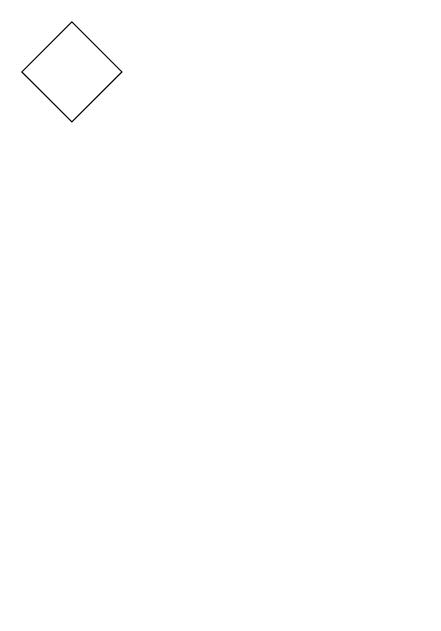
This is 测试.drawio from severus98/severus98, a draw.io file, before an edit. Source tidied: cells renumbered, new cells numbered last; positions are measured from the earlier drawing's top-left corner, leaving out a move shared by most shapes. Both pictures are drawn from the tidied source at 125%, with x=0, y=0 at pixel (21, 21).
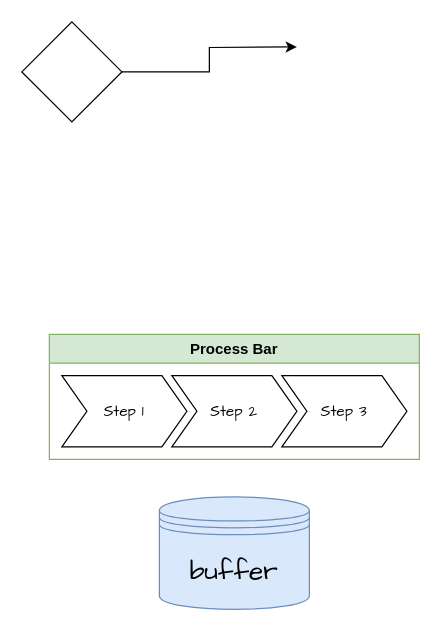
After the change.

What changed in the source:
```diff
@@
 <mxGraphModel>
   <root>
     <mxCell id="0" />
     <mxCell id="1" parent="0" />
+    <mxCell id="3" style="edgeStyle=orthogonalEdgeStyle;rounded=0;jettySize=auto;html=1;" parent="1" edge="1" source="2">
+      <mxGeometry relative="1" as="geometry">
+        <mxPoint x="220" y="20" as="targetPoint" />
+      </mxGeometry>
+    </mxCell>
     <mxCell id="2" style="rhombus;whiteSpace=wrap;html=1;" parent="1" vertex="1">
       <mxGeometry width="80" height="80" as="geometry" />
     </mxCell>
+    <mxCell id="4" value="&lt;font style=&quot;font-size: 21px;&quot; face=&quot;Comic Sans MS&quot;&gt;buffer&lt;/font&gt;" style="shape=datastore;whiteSpace=wrap;html=1;fillColor=#dae8fc;strokeColor=#6c8ebf;" parent="1" vertex="1">
+      <mxGeometry x="110" y="380" width="120" height="90" as="geometry" />
+    </mxCell>
+    <mxCell id="5" value="Process Bar" style="swimlane;horizontal=1;fillColor=#d5e8d4;strokeColor=#82b366;stackBorder=10;align=center;whiteSpace=wrap;html=1;" parent="1" vertex="1">
+      <mxGeometry x="22" y="250" width="296" height="100" as="geometry" />
+    </mxCell>
+    <mxCell id="6" value="&lt;font face=&quot;Comic Sans MS&quot;&gt;Step 1&lt;/font&gt;" style="shape=step;perimeter=stepPerimeter;fixedSize=1;whiteSpace=wrap;html=1;" parent="5" vertex="1">
+      <mxGeometry x="10" y="33" width="100" height="57" as="geometry" />
+    </mxCell>
+    <mxCell id="7" value="&lt;font face=&quot;Comic Sans MS&quot;&gt;Step 2&lt;/font&gt;" style="shape=step;perimeter=stepPerimeter;fixedSize=1;whiteSpace=wrap;html=1;" parent="5" vertex="1">
+      <mxGeometry x="98" y="33" width="100" height="57" as="geometry" />
+    </mxCell>
+    <mxCell id="8" value="&lt;font face=&quot;Comic Sans MS&quot;&gt;Step 3&lt;/font&gt;" style="shape=step;perimeter=stepPerimeter;fixedSize=1;whiteSpace=wrap;html=1;" parent="5" vertex="1">
+      <mxGeometry x="186" y="33" width="100" height="57" as="geometry" />
+    </mxCell>
   </root>
 </mxGraphModel>
```
